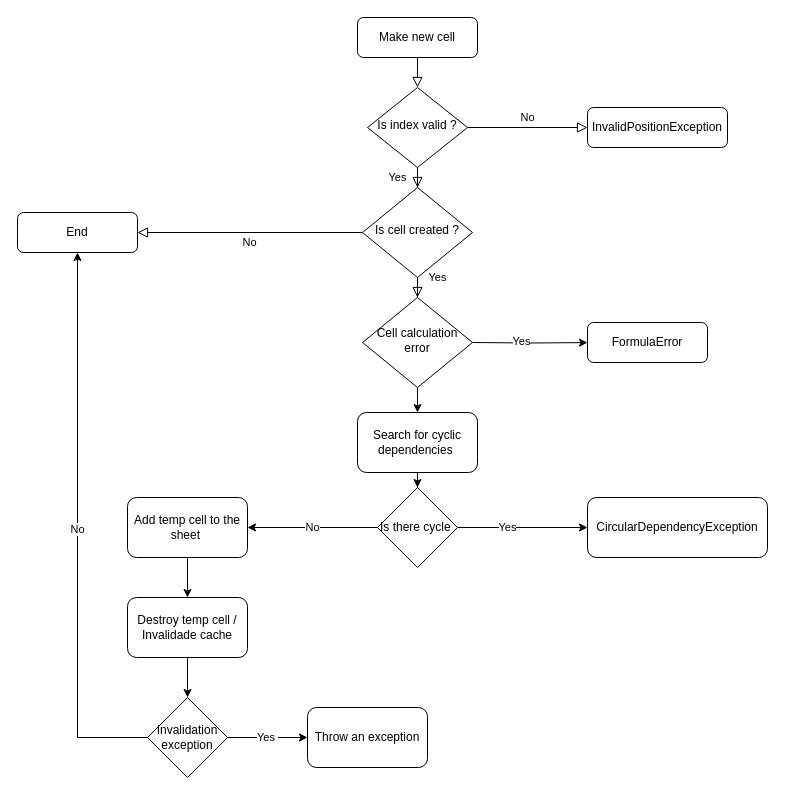
Earlier version of the draw.io diagram design/new_cell.drawio (fitolearn/cpp-spreadsheet). Source tidied: cells renumbered, new cells numbered last; positions are measured from the earlier drawing's top-left corner, leaving out a move shared by most shapes. Both pictures are drawn from the tidied source at 100%, with x=0, y=0 at pixel (17, 17).
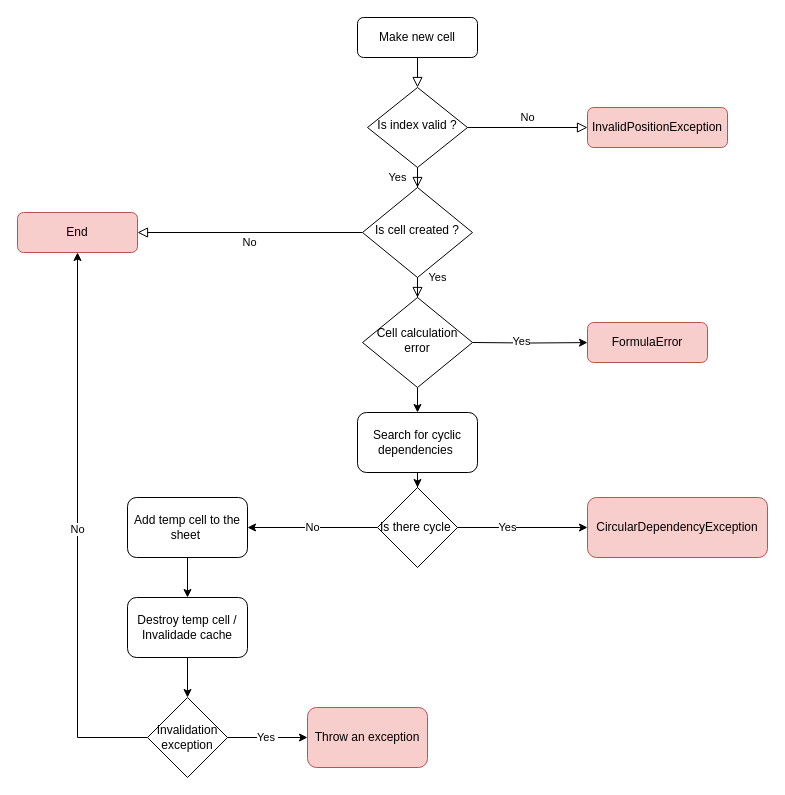
After the change.

Diff of the diagram source:
```diff
@@
-    <mxCell id="7" value="InvalidPositionException" style="rounded=1;whiteSpace=wrap;html=1;fontSize=12;glass=0;strokeWidth=1;shadow=0;" parent="1" vertex="1">
+    <mxCell id="7" value="InvalidPositionException" style="rounded=1;whiteSpace=wrap;html=1;fontSize=12;glass=0;strokeWidth=1;shadow=0;fillColor=#f8cecc;strokeColor=#b85450;" parent="1" vertex="1">
       <mxGeometry x="570" y="90" width="140" height="40" as="geometry" />
     </mxCell>
@@
-    <mxCell id="11" value="End&lt;br&gt;" style="rounded=1;whiteSpace=wrap;html=1;fontSize=12;glass=0;strokeWidth=1;shadow=0;" parent="1" vertex="1">
+    <mxCell id="11" value="End&lt;br&gt;" style="rounded=1;whiteSpace=wrap;html=1;fontSize=12;glass=0;strokeWidth=1;shadow=0;fillColor=#f8cecc;strokeColor=#b85450;" parent="1" vertex="1">
       <mxGeometry y="195" width="120" height="40" as="geometry" />
     </mxCell>
@@
-    <mxCell id="16" value="FormulaError" style="rounded=1;whiteSpace=wrap;html=1;fontSize=12;glass=0;strokeWidth=1;shadow=0;" parent="1" vertex="1">
+    <mxCell id="16" value="FormulaError" style="rounded=1;whiteSpace=wrap;html=1;fontSize=12;glass=0;strokeWidth=1;shadow=0;fillColor=#f8cecc;strokeColor=#b85450;" parent="1" vertex="1">
       <mxGeometry x="570" y="305" width="120" height="40" as="geometry" />
     </mxCell>
@@
-    <mxCell id="23" value="CircularDependencyException" style="rounded=1;whiteSpace=wrap;html=1;" parent="1" vertex="1">
+    <mxCell id="23" value="CircularDependencyException" style="rounded=1;whiteSpace=wrap;html=1;fillColor=#f8cecc;strokeColor=#b85450;" parent="1" vertex="1">
       <mxGeometry x="570" y="480" width="180" height="60" as="geometry" />
     </mxCell>
@@
-    <mxCell id="31" value="Throw an exception" style="rounded=1;whiteSpace=wrap;html=1;" parent="1" vertex="1">
+    <mxCell id="31" value="Throw an exception" style="rounded=1;whiteSpace=wrap;html=1;fillColor=#f8cecc;strokeColor=#b85450;" parent="1" vertex="1">
       <mxGeometry x="290" y="690" width="120" height="60" as="geometry" />
     </mxCell>
```
